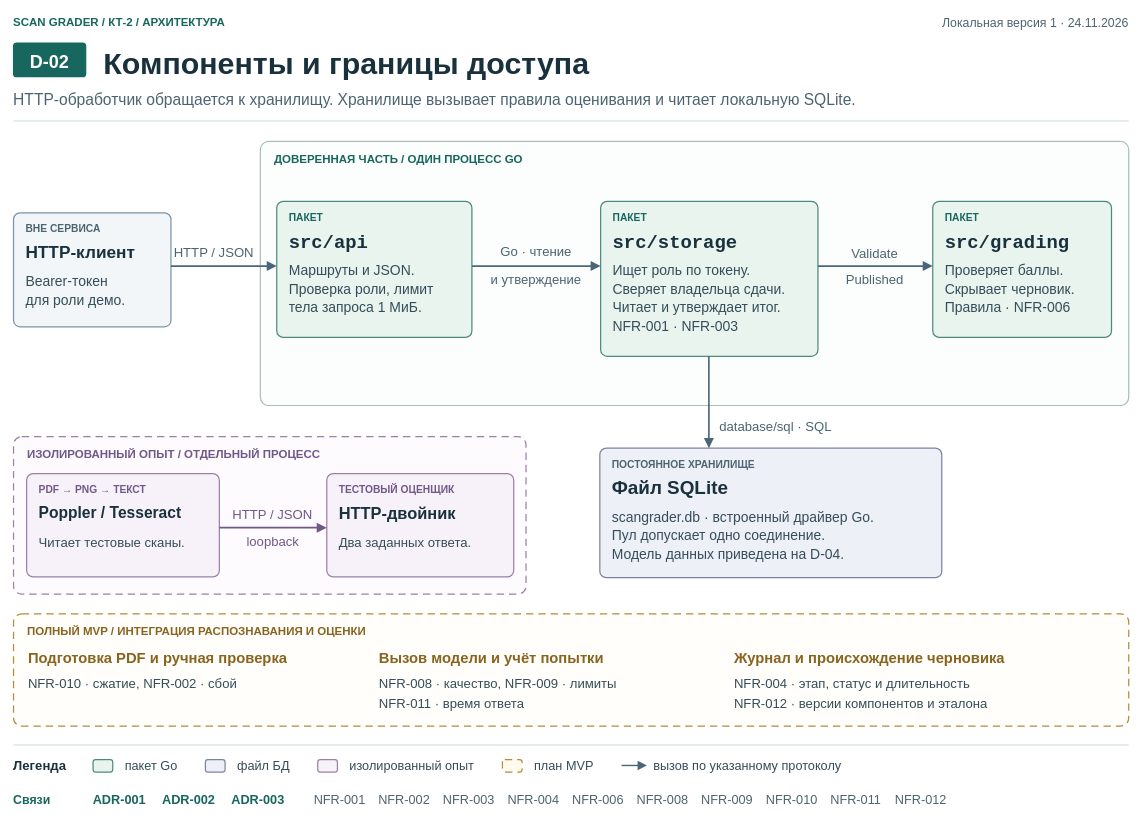
Before: page "D-02 · Компоненты и границы доступа" (2 of 6) of docs/architecture/scan-grader.drawio in imogenclam/scanGrader_NIS, a draw.io diagram. Source tidied: cells renumbered, new cells numbered last; positions are measured from the earlier drawing's top-left corner, leaving out a move shared by most shapes. Both pictures are drawn from the tidied source at 82%, with x=0, y=0 at pixel (13, 13).
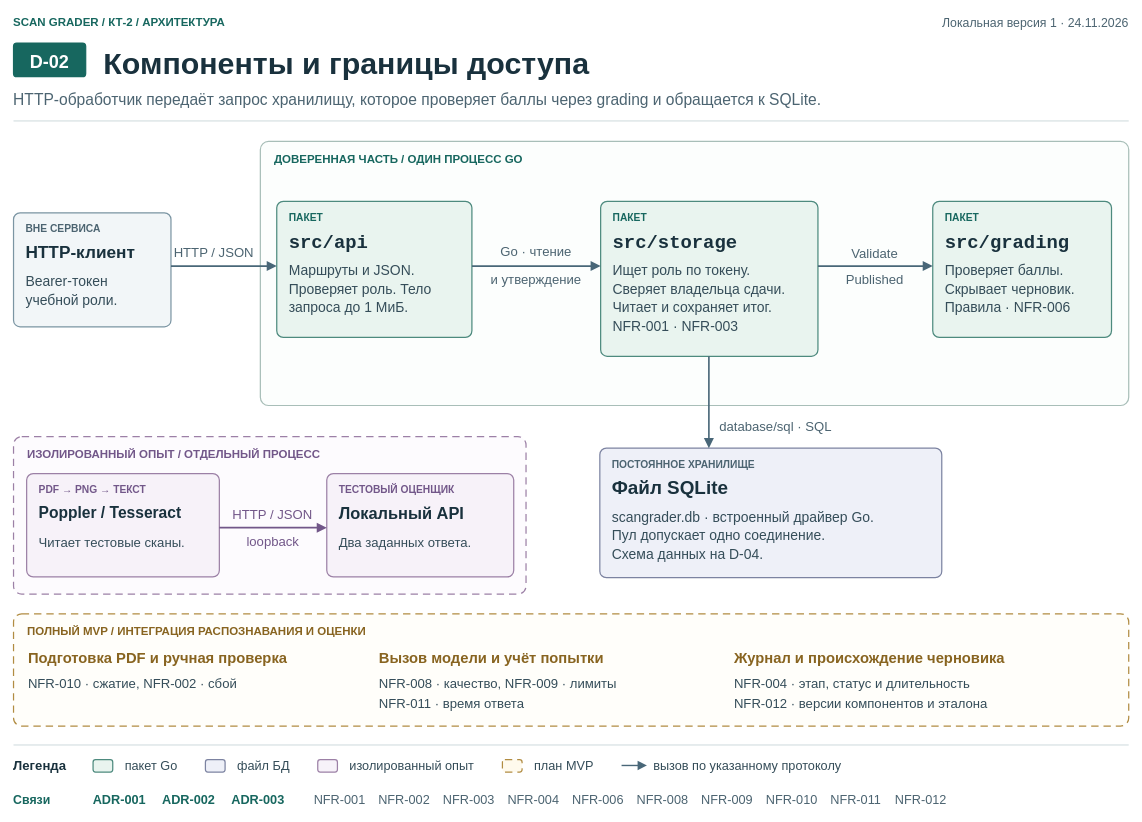
The same diagram, later.

Unchanged cells that the change refers to:
```xml
<mxCell id="11" style="shape=rectangle;rounded=1;absoluteArcSize=1;arcSize=16;html=0;fillColor=#F2F6F8;strokeColor=#7B95A3;strokeWidth=1.5;dashed=0;dashPattern=6 4;" parent="1" vertex="1">
  <mxGeometry y="243" width="192" height="139" as="geometry" />
</mxCell>
<mxCell id="16" style="shape=rectangle;rounded=1;absoluteArcSize=1;arcSize=16;html=0;fillColor=#E9F4EF;strokeColor=#4D8A7E;strokeWidth=1.5;dashed=0;dashPattern=6 4;" parent="9" vertex="1">
  <mxGeometry x="20" y="73" width="238" height="166" as="geometry" />
</mxCell>
<mxCell id="22" style="shape=rectangle;rounded=1;absoluteArcSize=1;arcSize=16;html=0;fillColor=#E9F4EF;strokeColor=#4D8A7E;strokeWidth=1.5;dashed=0;dashPattern=6 4;" parent="9" vertex="1">
  <mxGeometry x="415" y="73" width="265" height="189" as="geometry" />
</mxCell>
<mxCell id="49" style="shape=rectangle;rounded=1;absoluteArcSize=1;arcSize=16;html=0;fillColor=#F7F2F9;strokeColor=#9C80A6;strokeWidth=1.5;dashed=0;dashPattern=6 4;" parent="43" vertex="1">
  <mxGeometry x="382" y="45" width="228" height="126" as="geometry" />
</mxCell>
<mxCell id="56" style="shape=rectangle;rounded=1;absoluteArcSize=1;arcSize=16;html=0;fillColor=#EEF0F8;strokeColor=#7C83A1;strokeWidth=1.5;dashed=0;dashPattern=6 4;" parent="1" vertex="1">
  <mxGeometry x="715" y="530" width="417" height="158" as="geometry" />
</mxCell>
```

Diff of the diagram source:
```diff
@@
-    <mxCell id="7" value="HTTP-обработчик обращается к хранилищу. Хранилище вызывает правила оценивания и читает локальную SQLite." style="text;html=0;whiteSpace=nowrap;strokeColor=none;fillColor=none;align=left;verticalAlign=middle;fontFamily=Arial;fontSize=19;fontColor=#4C6471;fontStyle=0;spacing=0;spacingTop=0;spacingLeft=0;spacingRight=0;spacingBottom=0;" parent="1" vertex="1">
+    <mxCell id="7" value="HTTP-обработчик передаёт запрос хранилищу, которое проверяет баллы через grading и обращается к SQLite." style="text;html=0;whiteSpace=nowrap;strokeColor=none;fillColor=none;align=left;verticalAlign=middle;fontFamily=Arial;fontSize=19;fontColor=#4C6471;fontStyle=0;spacing=0;spacingTop=0;spacingLeft=0;spacingRight=0;spacingBottom=0;" parent="1" vertex="1">
       <mxGeometry y="90" width="1360" height="27" as="geometry" />
     </mxCell>
@@
-    <mxCell id="15" value="для роли демо." style="text;html=0;whiteSpace=nowrap;strokeColor=none;fillColor=none;align=left;verticalAlign=middle;fontFamily=Arial;fontSize=17;fontColor=#354D59;fontStyle=0;spacing=0;spacingTop=0;spacingLeft=0;spacingRight=0;spacingBottom=0;" parent="11" vertex="1">
+    <mxCell id="15" value="учебной роли." style="text;html=0;whiteSpace=nowrap;strokeColor=none;fillColor=none;align=left;verticalAlign=middle;fontFamily=Arial;fontSize=17;fontColor=#354D59;fontStyle=0;spacing=0;spacingTop=0;spacingLeft=0;spacingRight=0;spacingBottom=0;" parent="11" vertex="1">
       <mxGeometry x="15" y="95" width="162" height="21" as="geometry" />
     </mxCell>
@@
-    <mxCell id="20" value="Проверка роли, лимит" style="text;html=0;whiteSpace=nowrap;strokeColor=none;fillColor=none;align=left;verticalAlign=middle;fontFamily=Arial;fontSize=17;fontColor=#354D59;fontStyle=0;spacing=0;spacingTop=0;spacingLeft=0;spacingRight=0;spacingBottom=0;" parent="16" vertex="1">
+    <mxCell id="20" value="Проверяет роль. Тело" style="text;html=0;whiteSpace=nowrap;strokeColor=none;fillColor=none;align=left;verticalAlign=middle;fontFamily=Arial;fontSize=17;fontColor=#354D59;fontStyle=0;spacing=0;spacingTop=0;spacingLeft=0;spacingRight=0;spacingBottom=0;" parent="16" vertex="1">
       <mxGeometry x="15" y="95" width="208" height="21" as="geometry" />
     </mxCell>
-    <mxCell id="21" value="тела запроса 1 МиБ." style="text;html=0;whiteSpace=nowrap;strokeColor=none;fillColor=none;align=left;verticalAlign=middle;fontFamily=Arial;fontSize=17;fontColor=#354D59;fontStyle=0;spacing=0;spacingTop=0;spacingLeft=0;spacingRight=0;spacingBottom=0;" parent="16" vertex="1">
+    <mxCell id="21" value="запроса до 1 МиБ." style="text;html=0;whiteSpace=nowrap;strokeColor=none;fillColor=none;align=left;verticalAlign=middle;fontFamily=Arial;fontSize=17;fontColor=#354D59;fontStyle=0;spacing=0;spacingTop=0;spacingLeft=0;spacingRight=0;spacingBottom=0;" parent="16" vertex="1">
       <mxGeometry x="15" y="118" width="208" height="21" as="geometry" />
     </mxCell>
@@
-    <mxCell id="27" value="Читает и утверждает итог." style="text;html=0;whiteSpace=nowrap;strokeColor=none;fillColor=none;align=left;verticalAlign=middle;fontFamily=Arial;fontSize=17;fontColor=#354D59;fontStyle=0;spacing=0;spacingTop=0;spacingLeft=0;spacingRight=0;spacingBottom=0;" parent="22" vertex="1">
+    <mxCell id="27" value="Читает и сохраняет итог." style="text;html=0;whiteSpace=nowrap;strokeColor=none;fillColor=none;align=left;verticalAlign=middle;fontFamily=Arial;fontSize=17;fontColor=#354D59;fontStyle=0;spacing=0;spacingTop=0;spacingLeft=0;spacingRight=0;spacingBottom=0;" parent="22" vertex="1">
       <mxGeometry x="15" y="118" width="235" height="21" as="geometry" />
     </mxCell>
@@
-    <mxCell id="51" value="HTTP-двойник" style="text;html=0;whiteSpace=nowrap;strokeColor=none;fillColor=none;align=left;verticalAlign=middle;fontFamily=Arial;fontSize=20;fontColor=#19313D;fontStyle=1;spacing=0;spacingTop=0;spacingLeft=0;spacingRight=0;spacingBottom=0;" parent="49" vertex="1">
+    <mxCell id="51" value="Локальный API" style="text;html=0;whiteSpace=nowrap;strokeColor=none;fillColor=none;align=left;verticalAlign=middle;fontFamily=Arial;fontSize=20;fontColor=#19313D;fontStyle=1;spacing=0;spacingTop=0;spacingLeft=0;spacingRight=0;spacingBottom=0;" parent="49" vertex="1">
       <mxGeometry x="15" y="31" width="198" height="31" as="geometry" />
     </mxCell>
@@
-    <mxCell id="61" value="Модель данных приведена на D-04." style="text;html=0;whiteSpace=nowrap;strokeColor=none;fillColor=none;align=left;verticalAlign=middle;fontFamily=Arial;fontSize=17;fontColor=#354D59;fontStyle=0;spacing=0;spacingTop=0;spacingLeft=0;spacingRight=0;spacingBottom=0;" parent="56" vertex="1">
+    <mxCell id="61" value="Схема данных на D-04." style="text;html=0;whiteSpace=nowrap;strokeColor=none;fillColor=none;align=left;verticalAlign=middle;fontFamily=Arial;fontSize=17;fontColor=#354D59;fontStyle=0;spacing=0;spacingTop=0;spacingLeft=0;spacingRight=0;spacingBottom=0;" parent="56" vertex="1">
       <mxGeometry x="15" y="118" width="387" height="21" as="geometry" />
     </mxCell>
```
